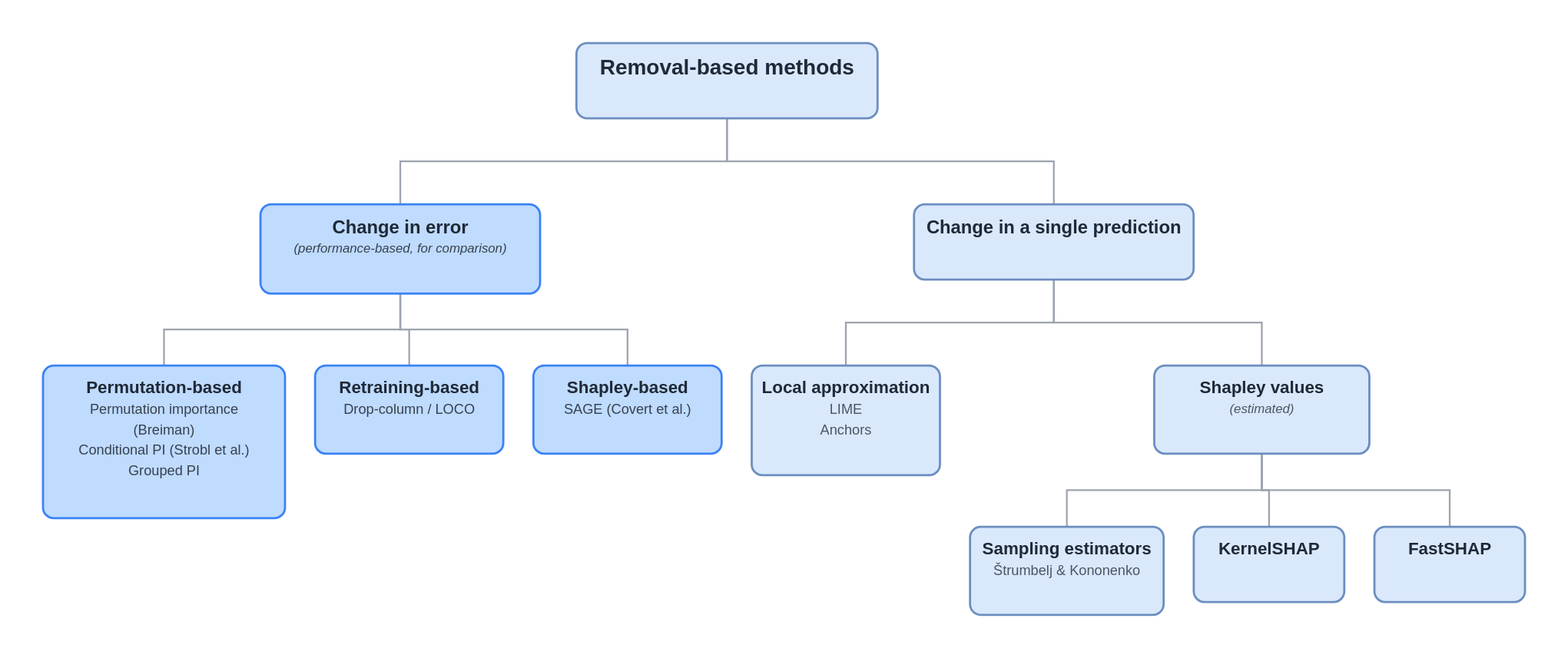
This is posts/explaining-black-box-predictions/diagrams/taxonomy_removal.drawio.svg from DMLF1/blog, a draw.io export, as it was before one commit. Source tidied: cells renumbered, new cells last; positions are measured from the earlier drawing's top-left corner, leaving out a move shared by most shapes.
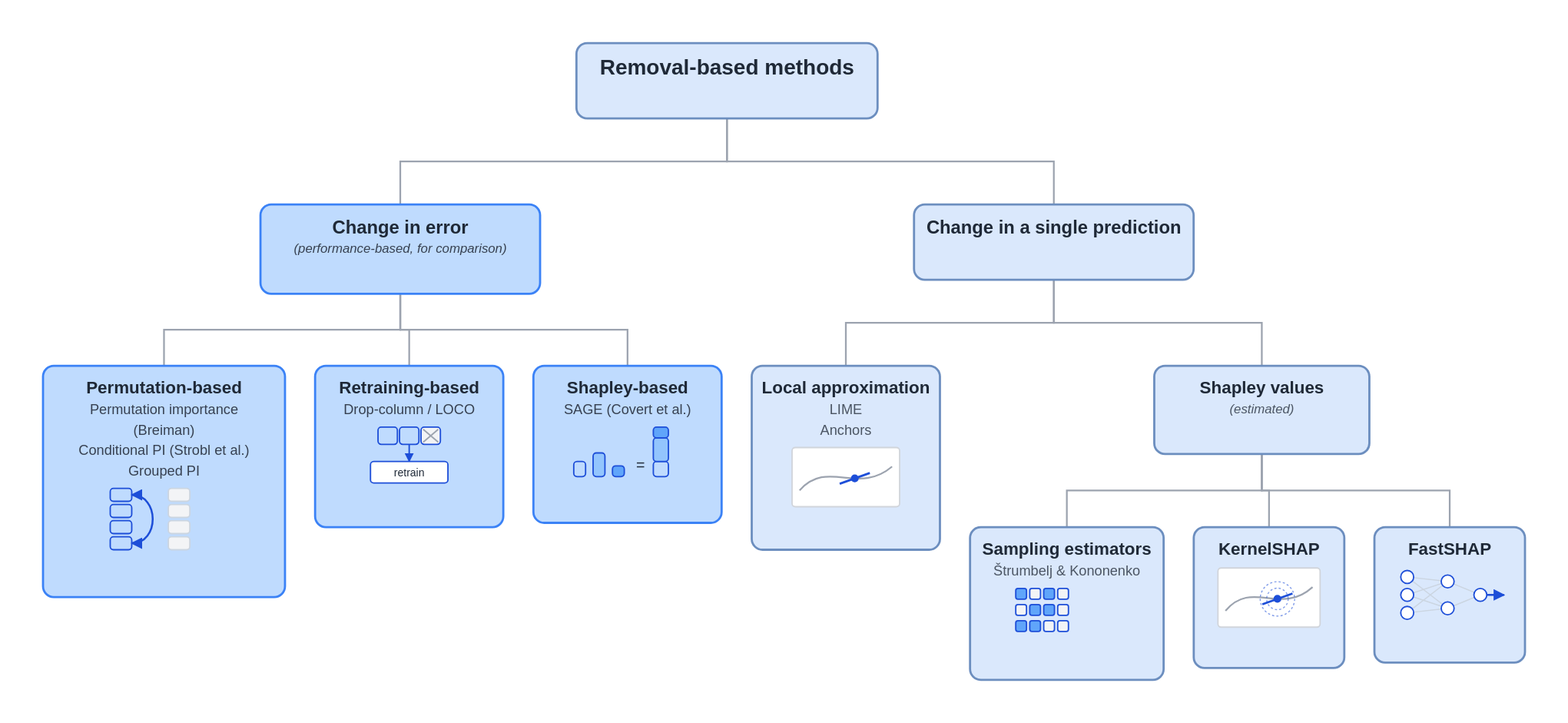
The same file after the commit.

Commit message:
Add mini illustrations for all seven removal-based method leaves

Change to the diagram source:
```diff
@@ -9,32 +9,253 @@
       <mxGeometry x="202" y="150" width="260" height="83" as="geometry" />
     </mxCell>
     <mxCell id="4" value="&lt;span style=&quot;font-size:16px;color:#1F2937;font-weight:bold;&quot;&gt;Permutation-based&lt;/span&gt;&lt;br&gt;&lt;span style=&quot;font-size:13px;color:#374151;&quot;&gt;Permutation importance&lt;/span&gt;&lt;br&gt;&lt;span style=&quot;font-size:13px;color:#374151;&quot;&gt;(Breiman)&lt;/span&gt;&lt;br&gt;&lt;span style=&quot;font-size:13px;color:#374151;&quot;&gt;Conditional PI (Strobl et al.)&lt;/span&gt;&lt;br&gt;&lt;span style=&quot;font-size:13px;color:#374151;&quot;&gt;Grouped PI&lt;/span&gt;" style="rounded=1;whiteSpace=wrap;html=1;fillColor=#BFDBFE;strokeColor=#3B82F6;strokeWidth=2;" parent="1" vertex="1">
-      <mxGeometry y="300" width="225" height="142" as="geometry" />
+      <mxGeometry y="300" width="225" height="215" as="geometry" />
     </mxCell>
+    <mxCell id="23" style="rounded=1;whiteSpace=wrap;html=1;fillColor=#BFDBFE;strokeColor=#1D4ED8;" parent="1" vertex="1">
+      <mxGeometry x="62" y="414" width="20" height="12" as="geometry" />
+    </mxCell>
+    <mxCell id="24" style="rounded=1;whiteSpace=wrap;html=1;fillColor=#F3F4F6;strokeColor=#CBD5E1;" parent="1" vertex="1">
+      <mxGeometry x="116" y="414" width="20" height="12" as="geometry" />
+    </mxCell>
+    <mxCell id="25" style="rounded=1;whiteSpace=wrap;html=1;fillColor=#BFDBFE;strokeColor=#1D4ED8;" parent="1" vertex="1">
+      <mxGeometry x="62" y="429" width="20" height="12" as="geometry" />
+    </mxCell>
+    <mxCell id="26" style="rounded=1;whiteSpace=wrap;html=1;fillColor=#F3F4F6;strokeColor=#CBD5E1;" parent="1" vertex="1">
+      <mxGeometry x="116" y="429" width="20" height="12" as="geometry" />
+    </mxCell>
+    <mxCell id="27" style="rounded=1;whiteSpace=wrap;html=1;fillColor=#BFDBFE;strokeColor=#1D4ED8;" parent="1" vertex="1">
+      <mxGeometry x="62" y="444" width="20" height="12" as="geometry" />
+    </mxCell>
+    <mxCell id="28" style="rounded=1;whiteSpace=wrap;html=1;fillColor=#F3F4F6;strokeColor=#CBD5E1;" parent="1" vertex="1">
+      <mxGeometry x="116" y="444" width="20" height="12" as="geometry" />
+    </mxCell>
+    <mxCell id="29" style="rounded=1;whiteSpace=wrap;html=1;fillColor=#BFDBFE;strokeColor=#1D4ED8;" parent="1" vertex="1">
+      <mxGeometry x="62" y="459" width="20" height="12" as="geometry" />
+    </mxCell>
+    <mxCell id="30" style="rounded=1;whiteSpace=wrap;html=1;fillColor=#F3F4F6;strokeColor=#CBD5E1;" parent="1" vertex="1">
+      <mxGeometry x="116" y="459" width="20" height="12" as="geometry" />
+    </mxCell>
+    <mxCell id="31" style="edgeStyle=none;html=1;curved=1;strokeColor=#1D4ED8;strokeWidth=1.8;startArrow=block;startSize=5;endArrow=block;endSize=5;" parent="1" edge="1">
+      <mxGeometry relative="1" as="geometry">
+        <mxPoint x="82" y="420" as="sourcePoint" />
+        <mxPoint x="82" y="465" as="targetPoint" />
+        <Array as="points">
+          <mxPoint x="108" y="442" />
+        </Array>
+      </mxGeometry>
+    </mxCell>
     <mxCell id="5" value="&lt;span style=&quot;font-size:16px;color:#1F2937;font-weight:bold;&quot;&gt;Retraining-based&lt;/span&gt;&lt;br&gt;&lt;span style=&quot;font-size:13px;color:#374151;&quot;&gt;Drop-column / LOCO&lt;/span&gt;" style="rounded=1;whiteSpace=wrap;html=1;fillColor=#BFDBFE;strokeColor=#3B82F6;strokeWidth=2;" parent="1" vertex="1">
-      <mxGeometry x="253" y="300" width="175" height="82" as="geometry" />
+      <mxGeometry x="253" y="300" width="175" height="150" as="geometry" />
     </mxCell>
+    <mxCell id="32" style="rounded=1;whiteSpace=wrap;html=1;fillColor=#BFDBFE;strokeColor=#1D4ED8;" parent="1" vertex="1">
+      <mxGeometry x="312" y="357" width="18" height="16" as="geometry" />
+    </mxCell>
+    <mxCell id="33" style="rounded=1;whiteSpace=wrap;html=1;fillColor=#BFDBFE;strokeColor=#1D4ED8;" parent="1" vertex="1">
+      <mxGeometry x="332" y="357" width="18" height="16" as="geometry" />
+    </mxCell>
+    <mxCell id="34" style="rounded=1;whiteSpace=wrap;html=1;fillColor=#F3F4F6;strokeColor=#1D4ED8;" parent="1" vertex="1">
+      <mxGeometry x="352" y="357" width="18" height="16" as="geometry" />
+    </mxCell>
+    <mxCell id="35" style="edgeStyle=none;html=1;strokeColor=#1D4ED8;strokeWidth=1.4;endArrow=block;endSize=5;" parent="1" edge="1">
+      <mxGeometry relative="1" as="geometry">
+        <mxPoint x="340" y="373" as="sourcePoint" />
+        <mxPoint x="340" y="389" as="targetPoint" />
+      </mxGeometry>
+    </mxCell>
+    <mxCell id="36" style="rounded=1;whiteSpace=wrap;html=1;fillColor=#FFFFFF;strokeColor=#1D4ED8;" parent="1" vertex="1">
+      <mxGeometry x="304" y="389" width="72" height="20" as="geometry" />
+    </mxCell>
     <mxCell id="6" value="&lt;span style=&quot;font-size:16px;color:#1F2937;font-weight:bold;&quot;&gt;Shapley-based&lt;/span&gt;&lt;br&gt;&lt;span style=&quot;font-size:13px;color:#374151;&quot;&gt;SAGE (Covert et al.)&lt;/span&gt;" style="rounded=1;whiteSpace=wrap;html=1;fillColor=#BFDBFE;strokeColor=#3B82F6;strokeWidth=2;" parent="1" vertex="1">
-      <mxGeometry x="456" y="300" width="175" height="82" as="geometry" />
+      <mxGeometry x="456" y="300" width="175" height="146" as="geometry" />
     </mxCell>
+    <mxCell id="37" style="rounded=1;whiteSpace=wrap;html=1;fillColor=#BFDBFE;strokeColor=#1D4ED8;" parent="1" vertex="1">
+      <mxGeometry x="494" y="389" width="11" height="14" as="geometry" />
+    </mxCell>
+    <mxCell id="38" style="rounded=1;whiteSpace=wrap;html=1;fillColor=#93C5FD;strokeColor=#1D4ED8;" parent="1" vertex="1">
+      <mxGeometry x="512" y="381" width="11" height="22" as="geometry" />
+    </mxCell>
+    <mxCell id="39" style="rounded=1;whiteSpace=wrap;html=1;fillColor=#60A5FA;strokeColor=#1D4ED8;" parent="1" vertex="1">
+      <mxGeometry x="530" y="393" width="11" height="10" as="geometry" />
+    </mxCell>
+    <mxCell id="40" style="rounded=1;whiteSpace=wrap;html=1;fillColor=#BFDBFE;strokeColor=#1D4ED8;" parent="1" vertex="1">
+      <mxGeometry x="568" y="389" width="14" height="14" as="geometry" />
+    </mxCell>
+    <mxCell id="41" style="rounded=1;whiteSpace=wrap;html=1;fillColor=#93C5FD;strokeColor=#1D4ED8;" parent="1" vertex="1">
+      <mxGeometry x="568" y="367" width="14" height="22" as="geometry" />
+    </mxCell>
+    <mxCell id="42" style="rounded=1;whiteSpace=wrap;html=1;fillColor=#60A5FA;strokeColor=#1D4ED8;" parent="1" vertex="1">
+      <mxGeometry x="568" y="357" width="14" height="10" as="geometry" />
+    </mxCell>
     <mxCell id="7" value="&lt;span style=&quot;font-size:17px;color:#1F2937;font-weight:bold;&quot;&gt;Change in a single prediction&lt;/span&gt;" style="rounded=1;whiteSpace=wrap;html=1;fillColor=#DAE8FC;strokeColor=#6C8EBF;strokeWidth=2;" parent="1" vertex="1">
       <mxGeometry x="810" y="150" width="260" height="70" as="geometry" />
     </mxCell>
     <mxCell id="8" value="&lt;span style=&quot;font-size:16px;color:#1F2937;font-weight:bold;&quot;&gt;Local approximation&lt;/span&gt;&lt;br&gt;&lt;span style=&quot;font-size:13px;color:#4B5563;&quot;&gt;LIME&lt;/span&gt;&lt;br&gt;&lt;span style=&quot;font-size:13px;color:#4B5563;&quot;&gt;Anchors&lt;/span&gt;" style="rounded=1;whiteSpace=wrap;html=1;fillColor=#DAE8FC;strokeColor=#6C8EBF;strokeWidth=2;" parent="1" vertex="1">
-      <mxGeometry x="659" y="300" width="175" height="102" as="geometry" />
+      <mxGeometry x="659" y="300" width="175" height="171" as="geometry" />
     </mxCell>
+    <mxCell id="43" style="rounded=1;whiteSpace=wrap;html=1;fillColor=#FFFFFF;strokeColor=#D1D5DB;" parent="1" vertex="1">
+      <mxGeometry x="696" y="376" width="100" height="55" as="geometry" />
+    </mxCell>
+    <mxCell id="44" style="edgeStyle=none;html=1;strokeColor=#9CA3AF;strokeWidth=1.6;curved=1;endArrow=none;" parent="1" edge="1">
+      <mxGeometry relative="1" as="geometry">
+        <mxPoint x="704" y="416" as="sourcePoint" />
+        <mxPoint x="790" y="394" as="targetPoint" />
+        <Array as="points">
+          <mxPoint x="730" y="386" />
+          <mxPoint x="758" y="421" />
+        </Array>
+      </mxGeometry>
+    </mxCell>
+    <mxCell id="45" style="edgeStyle=none;html=1;strokeColor=#1D4ED8;strokeWidth=2;endArrow=none;" parent="1" edge="1">
+      <mxGeometry relative="1" as="geometry">
+        <mxPoint x="741" y="410" as="sourcePoint" />
+        <mxPoint x="769" y="400" as="targetPoint" />
+      </mxGeometry>
+    </mxCell>
+    <mxCell id="46" style="ellipse;whiteSpace=wrap;html=1;fillColor=#1D4ED8;strokeColor=#1D4ED8;" parent="1" vertex="1">
+      <mxGeometry x="752" y="402" width="6" height="6" as="geometry" />
+    </mxCell>
     <mxCell id="9" value="&lt;span style=&quot;font-size:16px;color:#1F2937;font-weight:bold;&quot;&gt;Shapley values&lt;/span&gt;&lt;br&gt;&lt;span style=&quot;font-size:12px;color:#4B5563;font-style:italic;&quot;&gt;(estimated)&lt;/span&gt;" style="rounded=1;whiteSpace=wrap;html=1;fillColor=#DAE8FC;strokeColor=#6C8EBF;strokeWidth=2;" parent="1" vertex="1">
       <mxGeometry x="1033" y="300" width="200" height="82" as="geometry" />
     </mxCell>
     <mxCell id="10" value="&lt;span style=&quot;font-size:16px;color:#1F2937;font-weight:bold;&quot;&gt;Sampling estimators&lt;/span&gt;&lt;br&gt;&lt;span style=&quot;font-size:13px;color:#4B5563;&quot;&gt;Štrumbelj &amp;amp; Kononenko&lt;/span&gt;" style="rounded=1;whiteSpace=wrap;html=1;fillColor=#DAE8FC;strokeColor=#6C8EBF;strokeWidth=2;" parent="1" vertex="1">
-      <mxGeometry x="862" y="450" width="180" height="82" as="geometry" />
+      <mxGeometry x="862" y="450" width="180" height="142" as="geometry" />
     </mxCell>
+    <mxCell id="47" style="rounded=1;whiteSpace=wrap;html=1;fillColor=#60A5FA;strokeColor=#1D4ED8;" parent="1" vertex="1">
+      <mxGeometry x="904" y="507" width="10" height="10" as="geometry" />
+    </mxCell>
+    <mxCell id="48" style="rounded=1;whiteSpace=wrap;html=1;fillColor=#F3F4F6;strokeColor=#1D4ED8;" parent="1" vertex="1">
+      <mxGeometry x="918" y="507" width="10" height="10" as="geometry" />
+    </mxCell>
+    <mxCell id="49" style="rounded=1;whiteSpace=wrap;html=1;fillColor=#60A5FA;strokeColor=#1D4ED8;" parent="1" vertex="1">
+      <mxGeometry x="930" y="507" width="10" height="10" as="geometry" />
+    </mxCell>
+    <mxCell id="50" style="rounded=1;whiteSpace=wrap;html=1;fillColor=#F3F4F6;strokeColor=#1D4ED8;" parent="1" vertex="1">
+      <mxGeometry x="944" y="507" width="10" height="10" as="geometry" />
+    </mxCell>
+    <mxCell id="51" style="rounded=1;whiteSpace=wrap;html=1;fillColor=#F3F4F6;strokeColor=#1D4ED8;" parent="1" vertex="1">
+      <mxGeometry x="904" y="522" width="10" height="10" as="geometry" />
+    </mxCell>
+    <mxCell id="52" style="rounded=1;whiteSpace=wrap;html=1;fillColor=#60A5FA;strokeColor=#1D4ED8;" parent="1" vertex="1">
+      <mxGeometry x="918" y="522" width="10" height="10" as="geometry" />
+    </mxCell>
+    <mxCell id="53" style="rounded=1;whiteSpace=wrap;html=1;fillColor=#60A5FA;strokeColor=#1D4ED8;" parent="1" vertex="1">
+      <mxGeometry x="930" y="522" width="10" height="10" as="geometry" />
+    </mxCell>
+    <mxCell id="54" style="rounded=1;whiteSpace=wrap;html=1;fillColor=#F3F4F6;strokeColor=#1D4ED8;" parent="1" vertex="1">
+      <mxGeometry x="944" y="522" width="10" height="10" as="geometry" />
+    </mxCell>
+    <mxCell id="55" style="rounded=1;whiteSpace=wrap;html=1;fillColor=#60A5FA;strokeColor=#1D4ED8;" parent="1" vertex="1">
+      <mxGeometry x="904" y="537" width="10" height="10" as="geometry" />
+    </mxCell>
+    <mxCell id="56" style="rounded=1;whiteSpace=wrap;html=1;fillColor=#60A5FA;strokeColor=#1D4ED8;" parent="1" vertex="1">
+      <mxGeometry x="918" y="537" width="10" height="10" as="geometry" />
+    </mxCell>
+    <mxCell id="57" style="rounded=1;whiteSpace=wrap;html=1;fillColor=#F3F4F6;strokeColor=#1D4ED8;" parent="1" vertex="1">
+      <mxGeometry x="930" y="537" width="10" height="10" as="geometry" />
+    </mxCell>
+    <mxCell id="58" style="rounded=1;whiteSpace=wrap;html=1;fillColor=#F3F4F6;strokeColor=#1D4ED8;" parent="1" vertex="1">
+      <mxGeometry x="944" y="537" width="10" height="10" as="geometry" />
+    </mxCell>
     <mxCell id="11" value="&lt;span style=&quot;font-size:16px;color:#1F2937;font-weight:bold;&quot;&gt;KernelSHAP&lt;/span&gt;" style="rounded=1;whiteSpace=wrap;html=1;fillColor=#DAE8FC;strokeColor=#6C8EBF;strokeWidth=2;" parent="1" vertex="1">
-      <mxGeometry x="1070" y="450" width="140" height="70" as="geometry" />
+      <mxGeometry x="1070" y="450" width="140" height="131" as="geometry" />
     </mxCell>
+    <mxCell id="59" style="rounded=1;whiteSpace=wrap;html=1;fillColor=#FFFFFF;strokeColor=#D1D5DB;" parent="1" vertex="1">
+      <mxGeometry x="1092" y="488" width="95" height="55" as="geometry" />
+    </mxCell>
+    <mxCell id="60" style="edgeStyle=none;html=1;strokeColor=#9CA3AF;strokeWidth=1.6;curved=1;endArrow=none;" parent="1" edge="1">
+      <mxGeometry relative="1" as="geometry">
+        <mxPoint x="1100" y="528" as="sourcePoint" />
+        <mxPoint x="1180" y="506" as="targetPoint" />
+        <Array as="points">
+          <mxPoint x="1124" y="498" />
+          <mxPoint x="1151" y="533" />
+        </Array>
+      </mxGeometry>
+    </mxCell>
+    <mxCell id="61" style="edgeStyle=none;html=1;strokeColor=#1D4ED8;strokeWidth=2;endArrow=none;" parent="1" edge="1">
+      <mxGeometry relative="1" as="geometry">
+        <mxPoint x="1134" y="522" as="sourcePoint" />
+        <mxPoint x="1162" y="512" as="targetPoint" />
+      </mxGeometry>
+    </mxCell>
+    <mxCell id="62" style="ellipse;whiteSpace=wrap;html=1;fillColor=#1D4ED8;strokeColor=#1D4ED8;" parent="1" vertex="1">
+      <mxGeometry x="1145" y="514" width="6" height="6" as="geometry" />
+    </mxCell>
     <mxCell id="12" value="&lt;span style=&quot;font-size:16px;color:#1F2937;font-weight:bold;&quot;&gt;FastSHAP&lt;/span&gt;" style="rounded=1;whiteSpace=wrap;html=1;fillColor=#DAE8FC;strokeColor=#6C8EBF;strokeWidth=2;" parent="1" vertex="1">
-      <mxGeometry x="1238" y="450" width="140" height="70" as="geometry" />
+      <mxGeometry x="1238" y="450" width="140" height="126" as="geometry" />
     </mxCell>
+    <mxCell id="63" style="edgeStyle=none;html=1;strokeColor=#CBD5E1;strokeWidth=1;endArrow=none;" parent="1" edge="1">
+      <mxGeometry relative="1" as="geometry">
+        <mxPoint x="1268" y="496" as="sourcePoint" />
+        <mxPoint x="1306" y="500" as="targetPoint" />
+      </mxGeometry>
+    </mxCell>
+    <mxCell id="64" style="edgeStyle=none;html=1;strokeColor=#CBD5E1;strokeWidth=1;endArrow=none;" parent="1" edge="1">
+      <mxGeometry relative="1" as="geometry">
+        <mxPoint x="1268" y="496" as="sourcePoint" />
+        <mxPoint x="1306" y="526" as="targetPoint" />
+      </mxGeometry>
+    </mxCell>
+    <mxCell id="65" style="edgeStyle=none;html=1;strokeColor=#CBD5E1;strokeWidth=1;endArrow=none;" parent="1" edge="1">
+      <mxGeometry relative="1" as="geometry">
+        <mxPoint x="1268" y="513" as="sourcePoint" />
+        <mxPoint x="1306" y="500" as="targetPoint" />
+      </mxGeometry>
+    </mxCell>
+    <mxCell id="66" style="edgeStyle=none;html=1;strokeColor=#CBD5E1;strokeWidth=1;endArrow=none;" parent="1" edge="1">
+      <mxGeometry relative="1" as="geometry">
+        <mxPoint x="1268" y="513" as="sourcePoint" />
+        <mxPoint x="1306" y="526" as="targetPoint" />
+      </mxGeometry>
+    </mxCell>
+    <mxCell id="67" style="edgeStyle=none;html=1;strokeColor=#CBD5E1;strokeWidth=1;endArrow=none;" parent="1" edge="1">
+      <mxGeometry relative="1" as="geometry">
+        <mxPoint x="1268" y="530" as="sourcePoint" />
+        <mxPoint x="1306" y="500" as="targetPoint" />
+      </mxGeometry>
+    </mxCell>
+    <mxCell id="68" style="edgeStyle=none;html=1;strokeColor=#CBD5E1;strokeWidth=1;endArrow=none;" parent="1" edge="1">
+      <mxGeometry relative="1" as="geometry">
+        <mxPoint x="1268" y="530" as="sourcePoint" />
+        <mxPoint x="1306" y="526" as="targetPoint" />
+      </mxGeometry>
+    </mxCell>
+    <mxCell id="69" style="edgeStyle=none;html=1;strokeColor=#CBD5E1;strokeWidth=1;endArrow=none;" parent="1" edge="1">
+      <mxGeometry relative="1" as="geometry">
+        <mxPoint x="1306" y="500" as="sourcePoint" />
+        <mxPoint x="1336" y="513" as="targetPoint" />
+      </mxGeometry>
+    </mxCell>
+    <mxCell id="70" style="edgeStyle=none;html=1;strokeColor=#CBD5E1;strokeWidth=1;endArrow=none;" parent="1" edge="1">
+      <mxGeometry relative="1" as="geometry">
+        <mxPoint x="1306" y="526" as="sourcePoint" />
+        <mxPoint x="1336" y="513" as="targetPoint" />
+      </mxGeometry>
+    </mxCell>
+    <mxCell id="71" style="ellipse;whiteSpace=wrap;html=1;fillColor=#FFFFFF;strokeColor=#1D4ED8;" parent="1" vertex="1">
+      <mxGeometry x="1262" y="490" width="12" height="12" as="geometry" />
+    </mxCell>
+    <mxCell id="72" style="ellipse;whiteSpace=wrap;html=1;fillColor=#FFFFFF;strokeColor=#1D4ED8;" parent="1" vertex="1">
+      <mxGeometry x="1262" y="507" width="12" height="12" as="geometry" />
+    </mxCell>
+    <mxCell id="73" style="ellipse;whiteSpace=wrap;html=1;fillColor=#FFFFFF;strokeColor=#1D4ED8;" parent="1" vertex="1">
+      <mxGeometry x="1262" y="524" width="12" height="12" as="geometry" />
+    </mxCell>
+    <mxCell id="74" style="ellipse;whiteSpace=wrap;html=1;fillColor=#FFFFFF;strokeColor=#1D4ED8;" parent="1" vertex="1">
+      <mxGeometry x="1300" y="494" width="12" height="12" as="geometry" />
+    </mxCell>
+    <mxCell id="75" style="ellipse;whiteSpace=wrap;html=1;fillColor=#FFFFFF;strokeColor=#1D4ED8;" parent="1" vertex="1">
+      <mxGeometry x="1300" y="520" width="12" height="12" as="geometry" />
+    </mxCell>
+    <mxCell id="76" style="ellipse;whiteSpace=wrap;html=1;fillColor=#FFFFFF;strokeColor=#1D4ED8;" parent="1" vertex="1">
+      <mxGeometry x="1330" y="507" width="12" height="12" as="geometry" />
+    </mxCell>
+    <mxCell id="77" style="edgeStyle=none;html=1;strokeColor=#1D4ED8;strokeWidth=1.8;endArrow=block;endSize=5;" parent="1" edge="1">
+      <mxGeometry relative="1" as="geometry">
+        <mxPoint x="1342" y="513" as="sourcePoint" />
+        <mxPoint x="1358" y="513" as="targetPoint" />
+      </mxGeometry>
+    </mxCell>
     <mxCell id="13" style="edgeStyle=orthogonalEdgeStyle;rounded=0;html=1;strokeColor=#9CA3AF;" parent="1" edge="1" source="2" target="3">
       <mxGeometry relative="1" as="geometry" />
     </mxCell>
```
